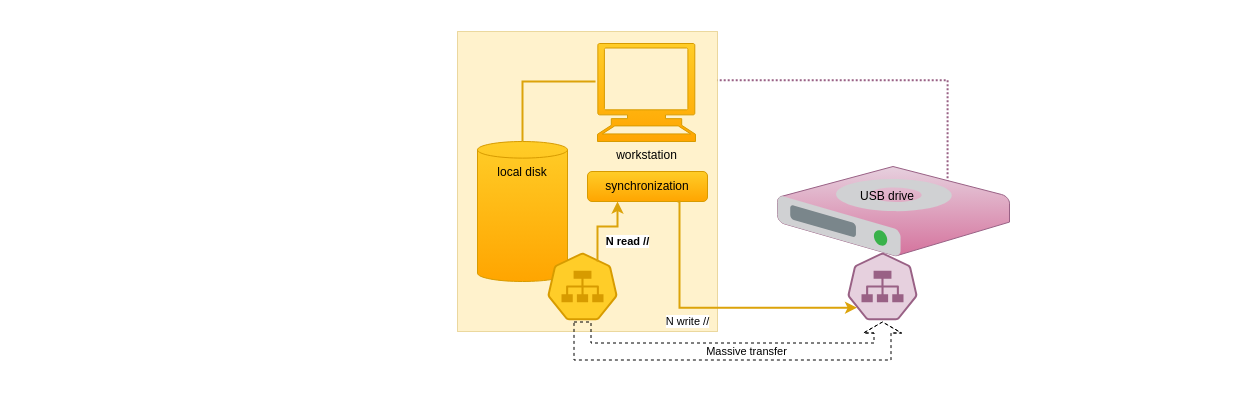
t-beigbeder/otvl_blog keeps this draw.io diagram as page "parallel" (1 of 6) of blog/data/assets/images/cabri-tech-ovw/diagrams.drawio. Above is the earlier version. Source tidied: cells renumbered, new cells numbered last; positions are measured from the earlier drawing's top-left corner, leaving out a move shared by most shapes. Both pictures are drawn from the tidied source at 100%, with x=0, y=0 at pixel (17, 17).
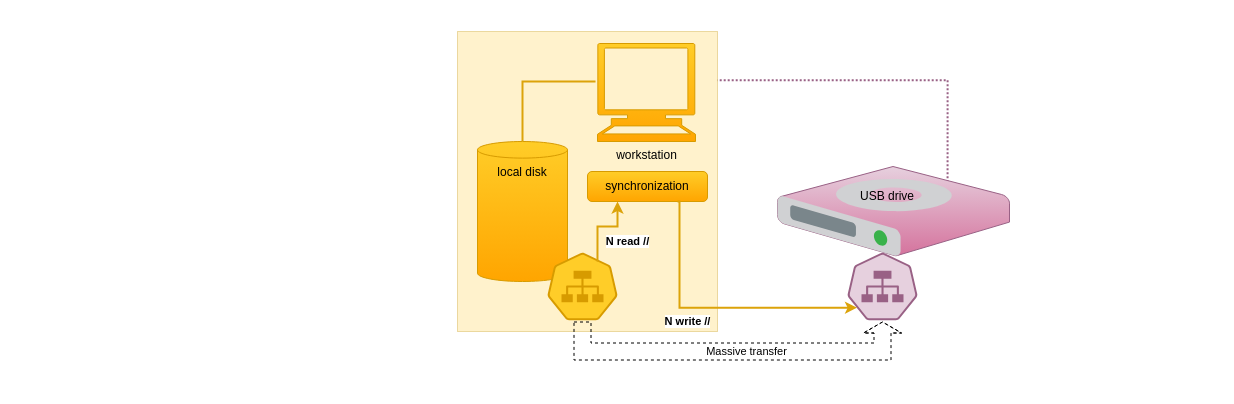
The same diagram, later.

The change refers to these unchanged cells:
```xml
<mxCell id="9" style="sketch=0;html=1;dashed=0;whitespace=wrap;fillColor=#e6d0de;strokeColor=#996185;points=[[0.005,0.63,0],[0.1,0.2,0],[0.9,0.2,0],[0.5,0,0],[0.995,0.63,0],[0.72,0.99,0],[0.5,1,0],[0.28,0.99,0]];verticalLabelPosition=bottom;align=center;verticalAlign=top;shape=mxgraph.kubernetes.icon;prIcon=svc;gradientColor=#d5739d;" parent="1" vertex="1">
  <mxGeometry x="830" y="234" width="70" height="70" as="geometry" />
</mxCell>
<mxCell id="10" value="synchronization" style="rounded=1;whiteSpace=wrap;html=1;fillColor=#ffcd28;gradientColor=#ffa500;strokeColor=#d79b00;" parent="1" vertex="1">
  <mxGeometry x="570" y="154" width="120" height="30" as="geometry" />
</mxCell>
```

What changed in the source:
```diff
@@
-    <mxCell id="12" value="N write //" style="endArrow=classic;html=1;rounded=0;exitX=0.75;exitY=1;exitDx=0;exitDy=0;entryX=0.137;entryY=0.803;entryDx=0;entryDy=0;entryPerimeter=0;strokeColor=#dca30a;strokeWidth=2;endFill=1;edgeStyle=orthogonalEdgeStyle;" parent="1" edge="1" source="10" target="9">
+    <mxCell id="12" value="&lt;b&gt;N write //&lt;/b&gt;" style="endArrow=classic;html=1;rounded=0;exitX=0.75;exitY=1;exitDx=0;exitDy=0;entryX=0.137;entryY=0.803;entryDx=0;entryDy=0;entryPerimeter=0;strokeColor=#dca30a;strokeWidth=2;endFill=1;edgeStyle=orthogonalEdgeStyle;" parent="1" edge="1" source="10" target="9">
       <mxGeometry x="-0.19" y="-14" relative="1" as="geometry">
         <Array as="points">
           <mxPoint x="662" y="290" />
         </Array>
       </mxGeometry>
     </mxCell>
```
